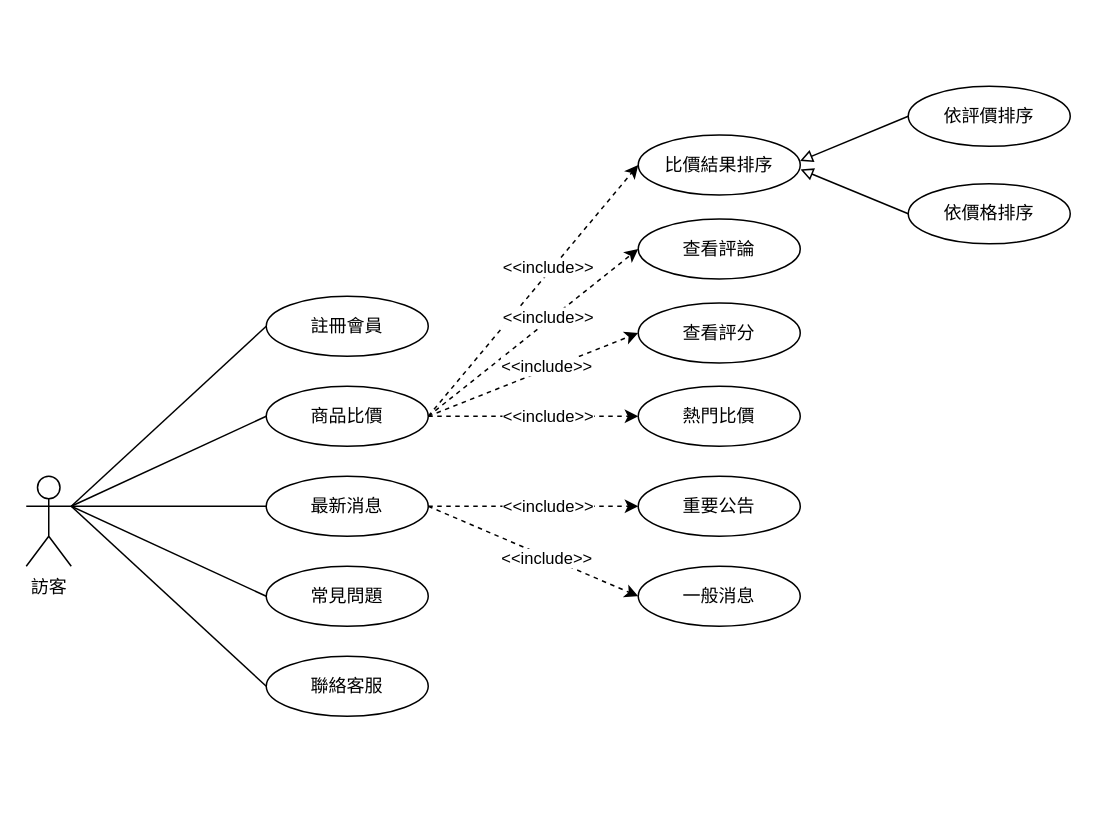
The draw.io diagram graphs/b2/uc visitor.drawio in 7bagbun/grad_prj_docs, before the edit. Source tidied: cells renumbered, new cells numbered last; positions are measured from the earlier drawing's top-left corner, leaving out a move shared by most shapes. Both pictures are drawn from the tidied source at 150%, with x=0, y=0 at pixel (26, 86).
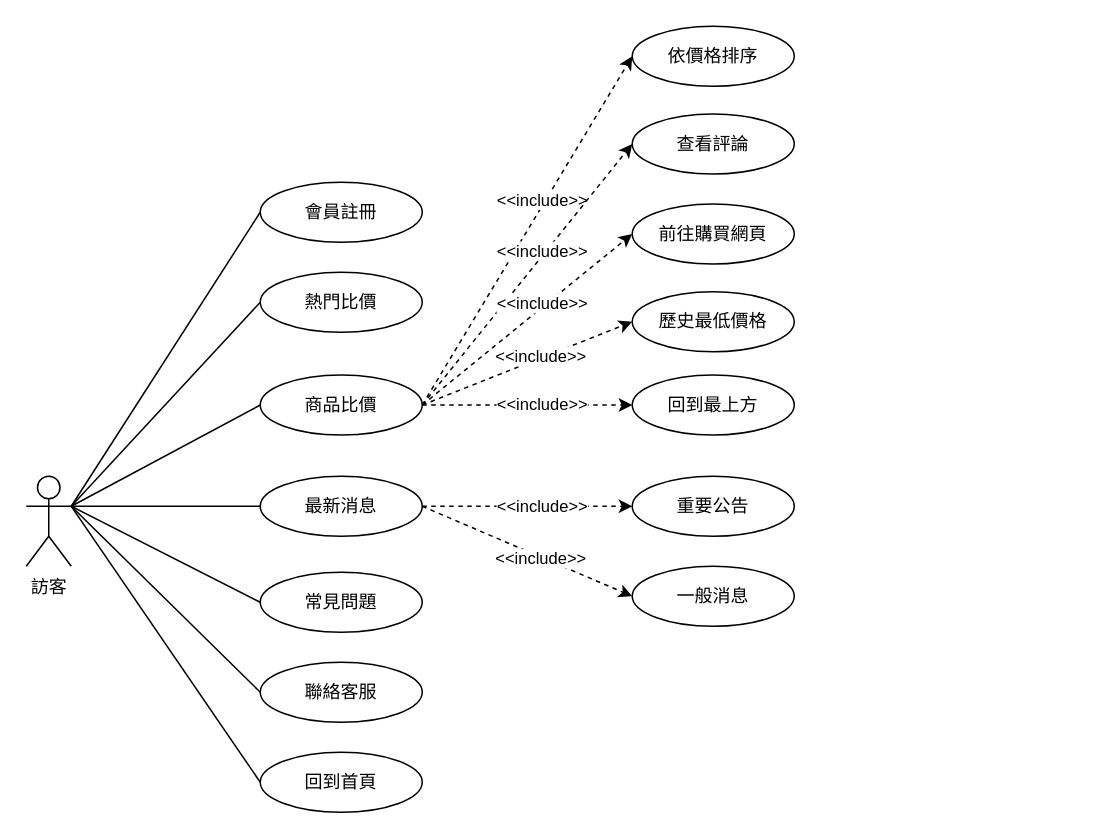
Above is the later version.

The change refers to these unchanged cells:
```xml
<mxCell id="2" value="訪客" style="shape=umlActor;verticalLabelPosition=bottom;verticalAlign=top;html=1;outlineConnect=0;" parent="1" vertex="1">
  <mxGeometry y="260" width="30" height="60" as="geometry" />
</mxCell>
```

Diff of the diagram source:
```diff
@@
-    <mxCell id="8" value="註冊會員" style="ellipse;whiteSpace=wrap;html=1;" parent="1" vertex="1">
-      <mxGeometry x="160" y="140" width="108" height="40" as="geometry" />
+    <mxCell id="8" value="會員註冊" style="ellipse;whiteSpace=wrap;html=1;" parent="1" vertex="1">
+      <mxGeometry x="156" y="64" width="108" height="40" as="geometry" />
     </mxCell>
-    <mxCell id="9" style="rounded=0;jettySize=auto;html=1;entryX=0;entryY=0.5;entryDx=0;entryDy=0;dashed=1;exitX=1;exitY=0.5;exitDx=0;exitDy=0;" parent="1" edge="1" source="11" target="28">
+    <mxCell id="9" style="rounded=0;jettySize=auto;html=1;entryX=0;entryY=0.5;entryDx=0;entryDy=0;dashed=1;exitX=1;exitY=0.5;exitDx=0;exitDy=0;" parent="1" edge="1" source="11" target="31">
       <mxGeometry relative="1" as="geometry" />
     </mxCell>
@@
     <mxCell id="11" value="商品比價" style="ellipse;whiteSpace=wrap;html=1;" parent="1" vertex="1">
-      <mxGeometry x="160" y="200" width="108" height="40" as="geometry" />
+      <mxGeometry x="156" y="192.5" width="108" height="40" as="geometry" />
     </mxCell>
     <mxCell id="12" value="最新消息" style="ellipse;whiteSpace=wrap;html=1;" parent="1" vertex="1">
-      <mxGeometry x="160" y="260" width="108" height="40" as="geometry" />
+      <mxGeometry x="156" y="260" width="108" height="40" as="geometry" />
     </mxCell>
     <mxCell id="13" value="常見問題" style="ellipse;whiteSpace=wrap;html=1;" parent="1" vertex="1">
-      <mxGeometry x="160" y="320" width="108" height="40" as="geometry" />
+      <mxGeometry x="156" y="324" width="108" height="40" as="geometry" />
     </mxCell>
     <mxCell id="14" value="聯絡客服" style="ellipse;whiteSpace=wrap;html=1;" parent="1" vertex="1">
-      <mxGeometry x="160" y="380" width="108" height="40" as="geometry" />
+      <mxGeometry x="156" y="384" width="108" height="40" as="geometry" />
     </mxCell>
     <mxCell id="15" value="熱門比價" style="ellipse;whiteSpace=wrap;html=1;" parent="1" vertex="1">
-      <mxGeometry x="408" y="200" width="108" height="40" as="geometry" />
+      <mxGeometry x="156" y="124" width="108" height="40" as="geometry" />
     </mxCell>
@@
     <mxCell id="18" value="重要公告" style="ellipse;whiteSpace=wrap;html=1;" parent="1" vertex="1">
-      <mxGeometry x="408" y="260" width="108" height="40" as="geometry" />
+      <mxGeometry x="404" y="260" width="108" height="40" as="geometry" />
     </mxCell>
@@
     <mxCell id="21" value="一般消息" style="ellipse;whiteSpace=wrap;html=1;" parent="1" vertex="1">
-      <mxGeometry x="408" y="320" width="108" height="40" as="geometry" />
+      <mxGeometry x="404" y="320" width="108" height="40" as="geometry" />
     </mxCell>
@@
     <mxCell id="24" value="查看評論" style="ellipse;whiteSpace=wrap;html=1;" parent="1" vertex="1">
-      <mxGeometry x="408" y="88.5" width="108" height="40" as="geometry" />
+      <mxGeometry x="404" y="18.5" width="108" height="40" as="geometry" />
     </mxCell>
-    <mxCell id="25" value="查看評分" style="ellipse;whiteSpace=wrap;html=1;" parent="1" vertex="1">
-      <mxGeometry x="408" y="144.5" width="108" height="40" as="geometry" />
-    </mxCell>
-    <mxCell id="26" style="rounded=0;jettySize=auto;html=1;entryX=0;entryY=0.5;entryDx=0;entryDy=0;dashed=1;exitX=1;exitY=0.5;exitDx=0;exitDy=0;" parent="1" edge="1" source="11" target="25">
-      <mxGeometry relative="1" as="geometry" />
-    </mxCell>
-    <mxCell id="27" value="&amp;lt;&amp;lt;include&amp;gt;&amp;gt;" style="edgeLabel;html=1;align=center;verticalAlign=middle;rotation=0;" parent="26" vertex="1">
-      <mxGeometry x="0.17" relative="1" as="geometry">
-        <mxPoint x="-3" y="-1" as="offset" />
-      </mxGeometry>
-    </mxCell>
-    <mxCell id="28" value="比價結果排序" style="ellipse;whiteSpace=wrap;html=1;" parent="1" vertex="1">
-      <mxGeometry x="408" y="32.5" width="108" height="40" as="geometry" />
-    </mxCell>
-    <mxCell id="29" style="rounded=0;jettySize=auto;html=1;exitX=0;exitY=0.5;exitDx=0;exitDy=0;entryX=0.999;entryY=0.433;entryDx=0;entryDy=0;endArrow=block;endFill=0;entryPerimeter=0;" parent="1" edge="1" source="30" target="28">
-      <mxGeometry relative="1" as="geometry" />
-    </mxCell>
-    <mxCell id="30" value="依評價排序" style="ellipse;whiteSpace=wrap;html=1;" parent="1" vertex="1">
-      <mxGeometry x="588" width="108" height="40" as="geometry" />
-    </mxCell>
     <mxCell id="31" value="依價格排序" style="ellipse;whiteSpace=wrap;html=1;" parent="1" vertex="1">
-      <mxGeometry x="588" y="65" width="108" height="40" as="geometry" />
+      <mxGeometry x="404" y="-40" width="108" height="40" as="geometry" />
     </mxCell>
-    <mxCell id="32" style="rounded=0;jettySize=auto;html=1;exitX=0;exitY=0.5;exitDx=0;exitDy=0;endArrow=block;endFill=0;entryX=1.002;entryY=0.573;entryDx=0;entryDy=0;entryPerimeter=0;" parent="1" edge="1" source="31" target="28">
-      <mxGeometry relative="1" as="geometry" />
-    </mxCell>
-    <mxCell id="33" style="rounded=0;jettySize=auto;html=1;entryX=0;entryY=0.5;entryDx=0;entryDy=0;dashed=1;exitX=1;exitY=0.5;exitDx=0;exitDy=0;" parent="1" edge="1" source="11" target="15">
-      <mxGeometry relative="1" as="geometry" />
-    </mxCell>
-    <mxCell id="34" value="&amp;lt;&amp;lt;include&amp;gt;&amp;gt;" style="edgeLabel;html=1;align=center;verticalAlign=middle;rotation=0;" parent="33" vertex="1">
-      <mxGeometry x="0.17" relative="1" as="geometry">
-        <mxPoint x="-3" y="-1" as="offset" />
-      </mxGeometry>
-    </mxCell>
+    <mxCell id="35" style="rounded=0;jettySize=auto;html=1;exitX=1;exitY=0.3333333333333333;exitDx=0;exitDy=0;exitPerimeter=0;entryX=0;entryY=0.5;entryDx=0;entryDy=0;endArrow=none;endFill=0;" parent="1" edge="1" source="2" target="15">
+      <mxGeometry relative="1" as="geometry" />
+    </mxCell>
+    <mxCell id="36" style="rounded=0;jettySize=auto;html=1;entryX=0;entryY=0.5;entryDx=0;entryDy=0;dashed=1;exitX=1;exitY=0.5;exitDx=0;exitDy=0;" parent="1" edge="1" source="11" target="38">
+      <mxGeometry relative="1" as="geometry" />
+    </mxCell>
+    <mxCell id="37" value="&amp;lt;&amp;lt;include&amp;gt;&amp;gt;" style="edgeLabel;html=1;align=center;verticalAlign=middle;rotation=0;" parent="36" vertex="1">
+      <mxGeometry x="0.17" relative="1" as="geometry">
+        <mxPoint x="-3" y="-1" as="offset" />
+      </mxGeometry>
+    </mxCell>
+    <mxCell id="38" value="前往購買網頁" style="ellipse;whiteSpace=wrap;html=1;" parent="1" vertex="1">
+      <mxGeometry x="404" y="78.5" width="108" height="40" as="geometry" />
+    </mxCell>
+    <mxCell id="39" value="歷史最低價格" style="ellipse;whiteSpace=wrap;html=1;" parent="1" vertex="1">
+      <mxGeometry x="404" y="137" width="108" height="40" as="geometry" />
+    </mxCell>
+    <mxCell id="40" style="rounded=0;jettySize=auto;html=1;entryX=0;entryY=0.5;entryDx=0;entryDy=0;dashed=1;exitX=1;exitY=0.5;exitDx=0;exitDy=0;" parent="1" edge="1" source="11" target="39">
+      <mxGeometry relative="1" as="geometry" />
+    </mxCell>
+    <mxCell id="41" value="&amp;lt;&amp;lt;include&amp;gt;&amp;gt;" style="edgeLabel;html=1;align=center;verticalAlign=middle;rotation=0;" parent="40" vertex="1">
+      <mxGeometry x="0.17" relative="1" as="geometry">
+        <mxPoint x="-3" y="-1" as="offset" />
+      </mxGeometry>
+    </mxCell>
+    <mxCell id="42" value="回到首頁" style="ellipse;whiteSpace=wrap;html=1;" parent="1" vertex="1">
+      <mxGeometry x="156" y="444" width="108" height="40" as="geometry" />
+    </mxCell>
+    <mxCell id="43" style="rounded=0;jettySize=auto;html=1;entryX=0;entryY=0.5;entryDx=0;entryDy=0;endArrow=none;endFill=0;exitX=1;exitY=0.3333333333333333;exitDx=0;exitDy=0;exitPerimeter=0;" parent="1" edge="1" source="2" target="42">
+      <mxGeometry relative="1" as="geometry" />
+    </mxCell>
+    <mxCell id="44" value="回到最上方" style="ellipse;whiteSpace=wrap;html=1;" parent="1" vertex="1">
+      <mxGeometry x="404" y="192.5" width="108" height="40" as="geometry" />
+    </mxCell>
+    <mxCell id="45" style="rounded=0;jettySize=auto;html=1;entryX=0;entryY=0.5;entryDx=0;entryDy=0;dashed=1;exitX=1;exitY=0.5;exitDx=0;exitDy=0;" parent="1" edge="1" source="11" target="44">
+      <mxGeometry relative="1" as="geometry" />
+    </mxCell>
+    <mxCell id="46" value="&amp;lt;&amp;lt;include&amp;gt;&amp;gt;" style="edgeLabel;html=1;align=center;verticalAlign=middle;rotation=0;" parent="45" vertex="1">
+      <mxGeometry x="0.17" relative="1" as="geometry">
+        <mxPoint x="-3" y="-1" as="offset" />
+      </mxGeometry>
+    </mxCell>
```
